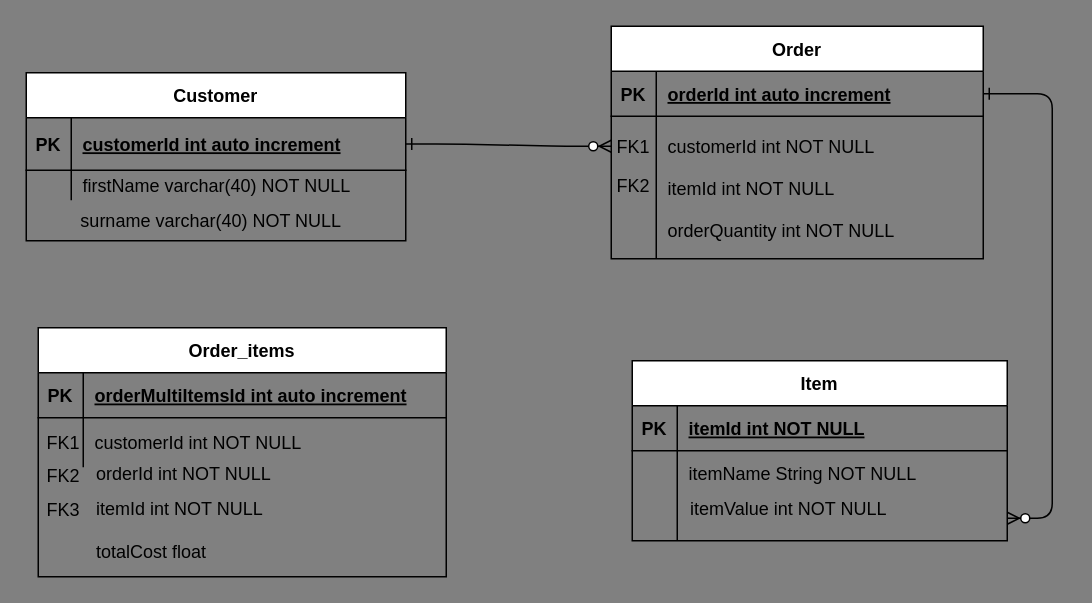
Earlier version of the draw.io diagram Untitled Diagram.drawio (sarahkgh/IMS-Starter). Source tidied: cells renumbered, new cells numbered last; positions are measured from the earlier drawing's top-left corner, leaving out a move shared by most shapes. Both pictures are drawn from the tidied source at 150%, with x=0, y=0 at pixel (26, 26).
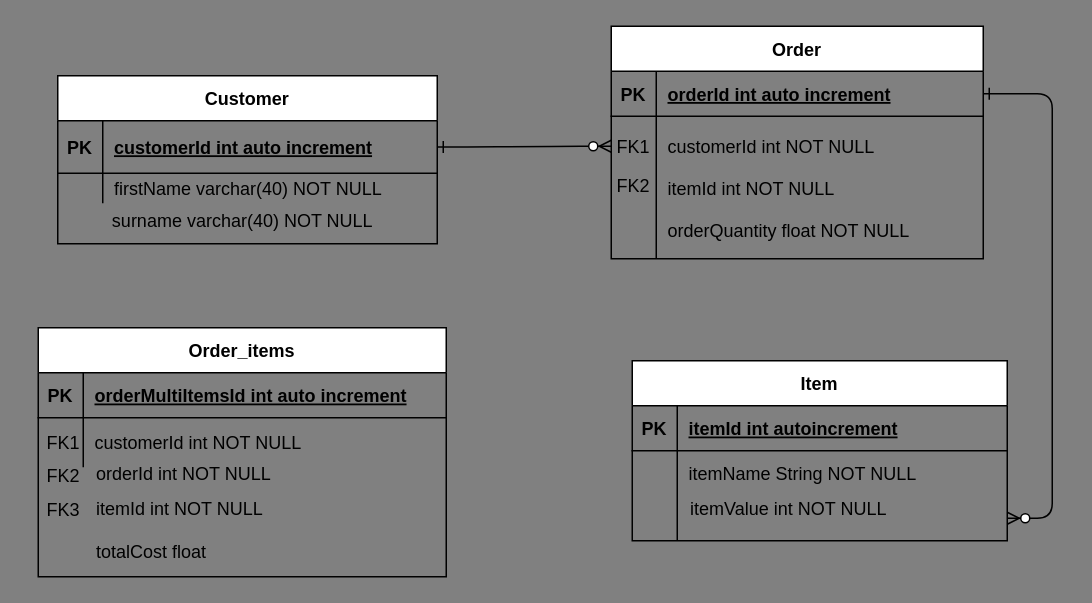
Above is the later version.

The change refers to these unchanged cells:
```xml
<mxCell id="11" style="shape=partialRectangle;fillColor=none;top=0;left=0;right=0;bottom=0;" parent="4" vertex="1">
  <mxGeometry y="100" width="248" height="55" as="geometry" />
</mxCell>
<mxCell id="15" style="shape=partialRectangle;fillColor=none;top=0;left=0;right=0;bottom=1;" parent="14" vertex="1">
  <mxGeometry y="30" width="250" height="30" as="geometry" />
</mxCell>
```

Diff of the diagram source:
```diff
@@
-    <mxCell id="13" value="itemId int NOT NULL&#10;&#10;orderQuantity int NOT NULL&#10;" style="shape=partialRectangle;overflow=hidden;fillColor=none;top=0;left=0;bottom=0;right=0;align=left;spacingLeft=6;" parent="11" vertex="1">
+    <mxCell id="13" value="itemId int NOT NULL&#10;&#10;orderQuantity float NOT NULL&#10;" style="shape=partialRectangle;overflow=hidden;fillColor=none;top=0;left=0;bottom=0;right=0;align=left;spacingLeft=6;" parent="11" vertex="1">
       <mxGeometry x="30" width="218" height="55" as="geometry" />
     </mxCell>
@@
-    <mxCell id="17" value="itemId int NOT NULL " style="shape=partialRectangle;overflow=hidden;fillColor=none;top=0;left=0;bottom=0;right=0;align=left;spacingLeft=6;fontStyle=5;" parent="15" vertex="1">
+    <mxCell id="17" value="itemId int autoincrement" style="shape=partialRectangle;overflow=hidden;fillColor=none;top=0;left=0;bottom=0;right=0;align=left;spacingLeft=6;fontStyle=5;" parent="15" vertex="1">
       <mxGeometry x="30" width="220" height="30" as="geometry" />
     </mxCell>
@@
     <mxCell id="24" value="Customer" style="shape=table;startSize=30;childLayout=tableLayout;rowLines=0;fontStyle=1;align=center;" parent="1" vertex="1">
-      <mxGeometry y="31" width="253" height="112" as="geometry" />
+      <mxGeometry x="21" y="33" width="253" height="112" as="geometry" />
     </mxCell>
@@
     <mxCell id="39" value="&lt;font color=&quot;#000000&quot;&gt;surname varchar(40) NOT NULL&lt;/font&gt;" style="text;html=1;strokeColor=none;fillColor=none;align=center;verticalAlign=middle;whiteSpace=wrap;rounded=0;labelBackgroundColor=none;fontColor=#000000;" parent="1" vertex="1">
-      <mxGeometry x="8" y="115" width="231" height="30" as="geometry" />
+      <mxGeometry x="28.5" y="115" width="231" height="30" as="geometry" />
     </mxCell>
```
